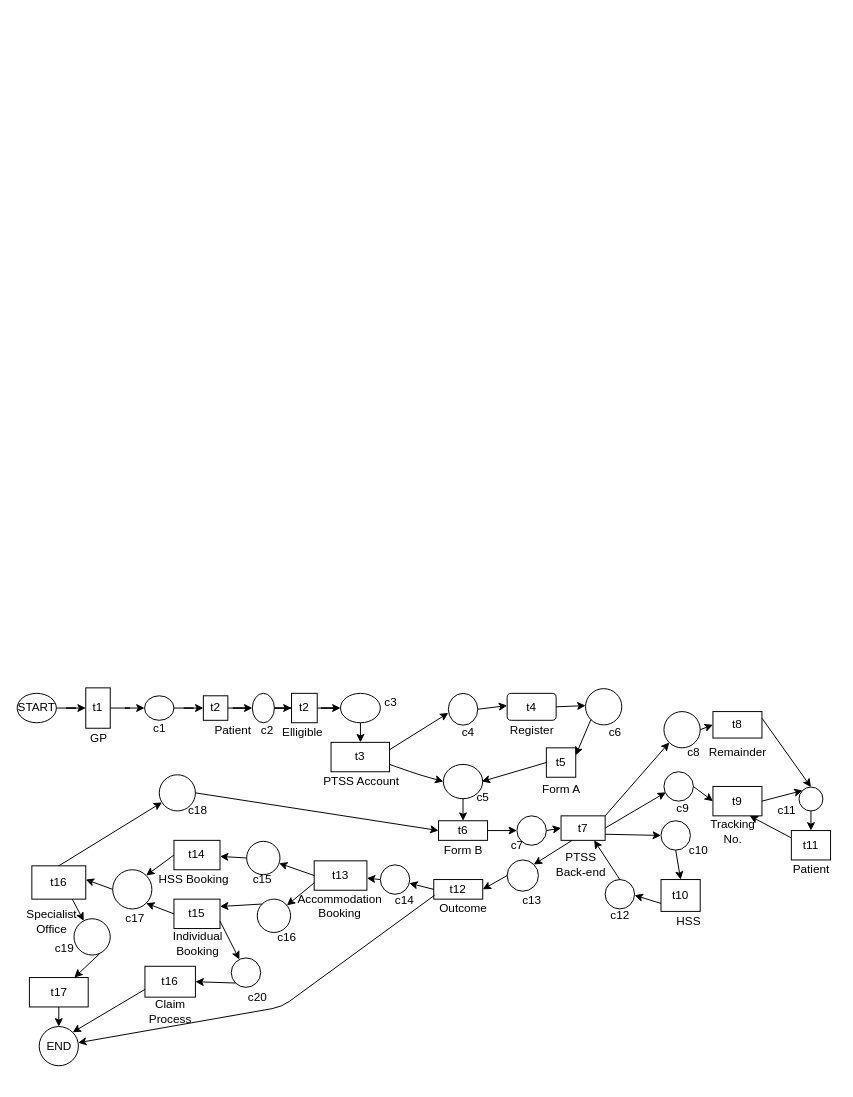
The draw.io diagram page "Page-1" (1 of 2) of Untitled Diagram.drawio in Immeleo/Immeleo.github.io, before the edit. Source tidied: cells renumbered, new cells numbered last; positions are measured from the earlier drawing's top-left corner, leaving out a move shared by most shapes. Both pictures are drawn from the tidied source at 98%, with x=0, y=0 at pixel (17, 687).
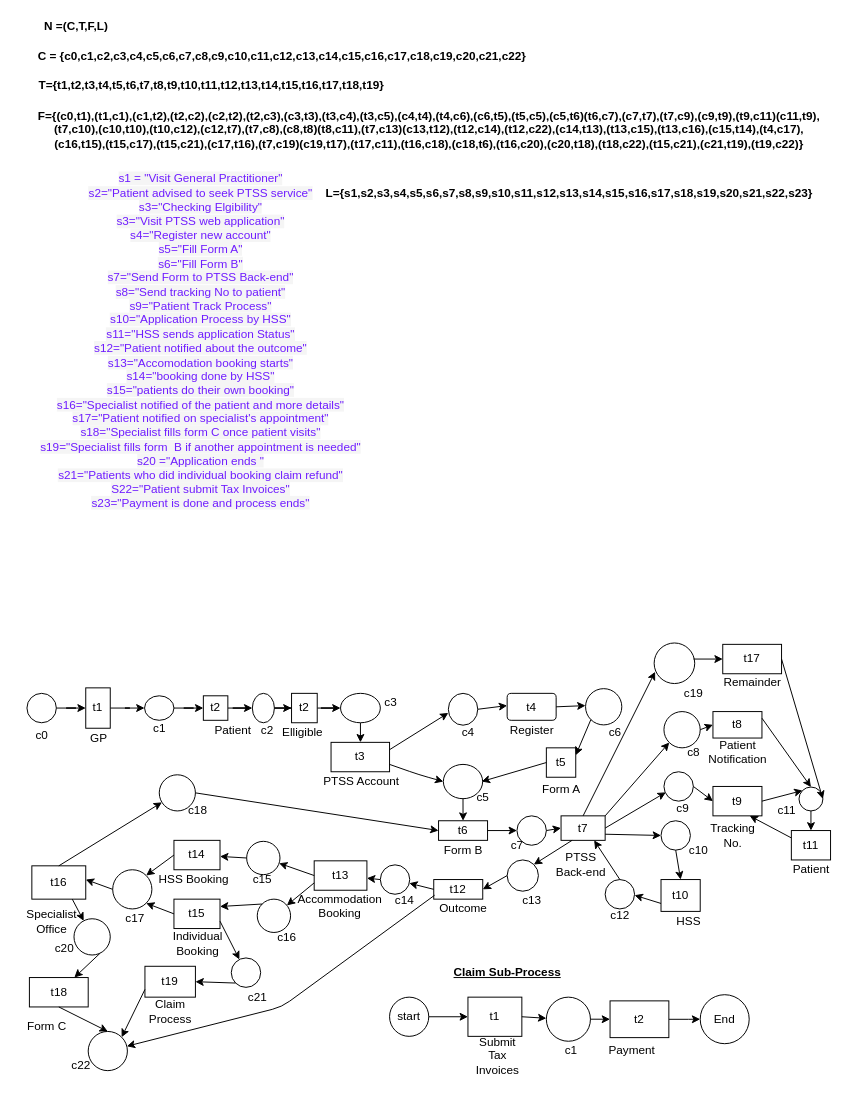
The same diagram, later.

Unchanged cells that the change refers to:
```xml
<mxCell id="39" value="t7" style="rounded=0;whiteSpace=wrap;html=1;" parent="1" vertex="1">
  <mxGeometry x="555" y="131" width="45" height="25" as="geometry" />
</mxCell>
<mxCell id="56" style="ellipse;whiteSpace=wrap;html=1;" parent="1" vertex="1">
  <mxGeometry x="797.8" y="101.6" width="24.4" height="24.4" as="geometry" />
</mxCell>
```

What changed in the source:
```diff
@@
-    <mxCell id="3" value="START" style="ellipse;whiteSpace=wrap;html=1;" parent="1" vertex="1">
-      <mxGeometry y="6" width="40" height="30" as="geometry" />
+    <mxCell id="3" style="ellipse;whiteSpace=wrap;html=1;" parent="1" vertex="1">
+      <mxGeometry x="10" y="6" width="30" height="30" as="geometry" />
     </mxCell>
@@
-    <mxCell id="49" value="Remainder" style="text;html=1;align=center;verticalAlign=middle;" parent="1" vertex="1">
-      <mxGeometry x="700" y="56" width="70" height="20" as="geometry" />
+    <mxCell id="49" value="&lt;div&gt;Patient&lt;/div&gt;&lt;div&gt; Notification&lt;/div&gt;" style="text;html=1;align=center;verticalAlign=middle;" parent="1" vertex="1">
+      <mxGeometry x="700" y="51" width="70" height="30" as="geometry" />
     </mxCell>
@@
     <mxCell id="53" value="&lt;div&gt;Tracking&lt;/div&gt;&lt;div&gt;No.&lt;br&gt;&lt;/div&gt;" style="text;html=1;align=center;verticalAlign=middle;" parent="1" vertex="1">
-      <mxGeometry x="700" y="131.6" width="60" height="30" as="geometry" />
+      <mxGeometry x="700" y="136" width="60" height="30" as="geometry" />
     </mxCell>
@@
-    <mxCell id="91" value="t17" style="rounded=0;whiteSpace=wrap;html=1;" parent="1" vertex="1">
+    <mxCell id="91" value="t18" style="rounded=0;whiteSpace=wrap;html=1;" parent="1" vertex="1">
       <mxGeometry x="12.5" y="296" width="60" height="30" as="geometry" />
     </mxCell>
@@
-    <mxCell id="94" value="END" style="ellipse;whiteSpace=wrap;html=1;" parent="1" vertex="1">
-      <mxGeometry x="22.5" y="346" width="40" height="40" as="geometry" />
+    <mxCell id="94" style="ellipse;whiteSpace=wrap;html=1;" parent="1" vertex="1">
+      <mxGeometry x="72.5" y="351" width="40" height="40" as="geometry" />
     </mxCell>
@@
-    <mxCell id="120" value="c20" style="text;html=1;align=center;verticalAlign=middle;" parent="1" vertex="1">
+    <mxCell id="120" value="c21" style="text;html=1;align=center;verticalAlign=middle;" parent="1" vertex="1">
       <mxGeometry x="230" y="306" width="30" height="20" as="geometry" />
     </mxCell>
-    <mxCell id="121" value="c19" style="text;html=1;align=center;verticalAlign=middle;" parent="1" vertex="1">
+    <mxCell id="121" value="c20" style="text;html=1;align=center;verticalAlign=middle;" parent="1" vertex="1">
       <mxGeometry x="32.5" y="256" width="30" height="20" as="geometry" />
     </mxCell>
@@
-    <mxCell id="124" value="t16" style="rounded=0;whiteSpace=wrap;html=1;" parent="1" vertex="1">
+    <mxCell id="124" value="t19" style="rounded=0;whiteSpace=wrap;html=1;" parent="1" vertex="1">
       <mxGeometry x="130.4" y="284.5" width="51.5" height="31.5" as="geometry" />
     </mxCell>
@@
+    <mxCell id="129" value="start" style="ellipse;whiteSpace=wrap;html=1;" parent="1" vertex="1">
+      <mxGeometry x="380" y="316" width="40" height="40" as="geometry" />
+    </mxCell>
+    <mxCell id="130" value="t1" style="rounded=0;whiteSpace=wrap;html=1;" parent="1" vertex="1">
+      <mxGeometry x="460" y="316" width="55" height="40" as="geometry" />
+    </mxCell>
+    <mxCell id="131" value="&lt;div&gt;Submit &lt;br&gt;&lt;/div&gt;&lt;div&gt;Tax&lt;/div&gt;&lt;div&gt;Invoices&lt;br&gt;&lt;/div&gt;" style="text;html=1;align=center;verticalAlign=middle;" parent="1" vertex="1">
+      <mxGeometry x="460" y="351" width="60" height="50" as="geometry" />
+    </mxCell>
+    <mxCell id="132" style="ellipse;whiteSpace=wrap;html=1;" parent="1" vertex="1">
+      <mxGeometry x="540" y="316" width="45" height="45" as="geometry" />
+    </mxCell>
+    <mxCell id="133" style="endArrow=classic;html=1;exitX=1;exitY=0.5;exitDx=0;exitDy=0;entryX=0;entryY=0.5;entryDx=0;entryDy=0;" parent="1" edge="1" source="129" target="130">
+      <mxGeometry relative="1" as="geometry" />
+    </mxCell>
+    <mxCell id="134" style="endArrow=classic;html=1;exitX=1;exitY=0.5;exitDx=0;exitDy=0;" parent="1" edge="1" source="130" target="132">
+      <mxGeometry relative="1" as="geometry" />
+    </mxCell>
+    <mxCell id="135" value="c1" style="text;html=1;align=center;verticalAlign=middle;" parent="1" vertex="1">
+      <mxGeometry x="550" y="361" width="30" height="20" as="geometry" />
+    </mxCell>
+    <mxCell id="136" style="edgeStyle=orthogonalEdgeStyle;rounded=0;jettySize=auto;html=1;" parent="1" edge="1" source="137" target="139">
+      <mxGeometry relative="1" as="geometry" />
+    </mxCell>
+    <mxCell id="137" value="t2" style="rounded=0;whiteSpace=wrap;html=1;" parent="1" vertex="1">
+      <mxGeometry x="605" y="319.8" width="60" height="37.5" as="geometry" />
+    </mxCell>
+    <mxCell id="138" value="Payment" style="text;html=1;align=center;verticalAlign=middle;" parent="1" vertex="1">
+      <mxGeometry x="597" y="361" width="60" height="20" as="geometry" />
+    </mxCell>
+    <mxCell id="139" value="End" style="ellipse;whiteSpace=wrap;html=1;" parent="1" vertex="1">
+      <mxGeometry x="697" y="313.5" width="50" height="50" as="geometry" />
+    </mxCell>
+    <mxCell id="140" style="endArrow=classic;html=1;exitX=1;exitY=0.5;exitDx=0;exitDy=0;entryX=0;entryY=0.5;entryDx=0;entryDy=0;" parent="1" edge="1" source="132" target="137">
+      <mxGeometry relative="1" as="geometry" />
+    </mxCell>
+    <mxCell id="141" value="&lt;b&gt;&lt;u&gt;Claim Sub-Process&lt;/u&gt;&lt;/b&gt;" style="text;html=1;align=center;verticalAlign=middle;" parent="1" vertex="1">
+      <mxGeometry x="435" y="281" width="130" height="20" as="geometry" />
+    </mxCell>
+    <mxCell id="142" value="&lt;b&gt;N =(C,T,F,L&lt;span class=&quot;ILfuVd&quot;&gt;&lt;span class=&quot;hgKElc&quot;&gt;)&lt;/span&gt;&lt;/span&gt;&lt;/b&gt;" style="text;html=1;align=center;verticalAlign=middle;" parent="1" vertex="1">
+      <mxGeometry x="20" y="-684" width="80" height="20" as="geometry" />
+    </mxCell>
+    <mxCell id="143" value="&lt;b&gt;C = {c0,c1,c2,c3,c4,c5,c6,c7,c8,c9,c10,c11,c12,c13,c14,c15,c16,c17,c18,c19,c20,c21,c22}&lt;/b&gt;" style="text;html=1;align=center;verticalAlign=middle;" parent="1" vertex="1">
+      <mxGeometry x="15" y="-654" width="510" height="20" as="geometry" />
+    </mxCell>
+    <mxCell id="144" value="&lt;b&gt;T={t1,t2,t3,t4,t5,t6,t7,t8,t9,t10,t11,t12,t13,t14,t15,t16,t17,t18,t19}&lt;/b&gt;" style="text;html=1;align=center;verticalAlign=middle;" parent="1" vertex="1">
+      <mxGeometry x="12.5" y="-624" width="370" height="20" as="geometry" />
+    </mxCell>
+    <mxCell id="145" value="&lt;div&gt;&lt;b&gt;F={(c0,t1),(t1,c1),(c1,t2),(t2,c2),(c2,t2),(t2,c3),(c3,t3),(t3,c4),(t3,c5),(c4,t4),(t4,c6),(c6,t5),(t5,c5),(c5,t6)(t6,c7),(c7,t7),(t7,c9),(c9,t9),(t9,c11)(c11,t9),&lt;/b&gt;&lt;/div&gt;&lt;div&gt;&lt;b&gt;(t7,c10),(c10,t10),(t10,c12),(c12,t7),(t7,c8),(c8,t8)(t8,c11),(t7,c13)(c13,t12),(t12,c14),(t12,c22),(c14,t13),(t13,c15),(t13,c16),(c15,t14),(t4,c17),&lt;/b&gt;&lt;/div&gt;&lt;div&gt;&lt;b&gt;(c16,t15),(t15,c17),(t15,c21),(c17,t16),(t7,c19)(c19,t17),(t17,c11),(t16,c18),(c18,t6),(t16,c20),(c20,t18),(t18,c22),(t15,c21),(c21,t19),(t19,c22)}&lt;/b&gt;&lt;/div&gt;" style="text;html=1;align=center;verticalAlign=middle;" parent="1" vertex="1">
+      <mxGeometry x="15" y="-594" width="810" height="50" as="geometry" />
+    </mxCell>
+    <mxCell id="146" value="c0" style="text;html=1;align=center;verticalAlign=middle;" parent="1" vertex="1">
+      <mxGeometry x="10" y="38.5" width="30" height="20" as="geometry" />
+    </mxCell>
+    <mxCell id="147" value="c22" style="text;html=1;align=center;verticalAlign=middle;" parent="1" vertex="1">
+      <mxGeometry x="50" y="376" width="30" height="20" as="geometry" />
+    </mxCell>
+    <mxCell id="148" value="t17" style="rounded=0;whiteSpace=wrap;html=1;" parent="1" vertex="1">
+      <mxGeometry x="720" y="-44" width="60" height="30" as="geometry" />
+    </mxCell>
+    <mxCell id="149" value="Remainder" style="text;html=1;align=center;verticalAlign=middle;" parent="1" vertex="1">
+      <mxGeometry x="715" y="-15.4" width="70" height="20" as="geometry" />
+    </mxCell>
+    <mxCell id="150" style="ellipse;whiteSpace=wrap;html=1;" parent="1" vertex="1">
+      <mxGeometry x="650" y="-45.4" width="41.4" height="41.4" as="geometry" />
+    </mxCell>
+    <mxCell id="151" value="c19" style="text;html=1;align=center;verticalAlign=middle;" parent="1" vertex="1">
+      <mxGeometry x="675" y="-4" width="30" height="20" as="geometry" />
+    </mxCell>
+    <mxCell id="152" value="Form C" style="text;html=1;align=center;verticalAlign=middle;" parent="1" vertex="1">
+      <mxGeometry y="336" width="60" height="20" as="geometry" />
+    </mxCell>
+    <mxCell id="153" style="endArrow=classic;html=1;exitX=0.5;exitY=0;exitDx=0;exitDy=0;entryX=0.024;entryY=0.71;entryDx=0;entryDy=0;entryPerimeter=0;" parent="1" edge="1" source="39" target="150">
+      <mxGeometry relative="1" as="geometry" />
+    </mxCell>
+    <mxCell id="154" style="endArrow=classic;html=1;entryX=0;entryY=0.5;entryDx=0;entryDy=0;" parent="1" edge="1" target="148">
+      <mxGeometry relative="1" as="geometry">
+        <mxPoint x="690" y="-29" as="sourcePoint" />
+      </mxGeometry>
+    </mxCell>
+    <mxCell id="155" style="endArrow=classic;html=1;exitX=1;exitY=0.5;exitDx=0;exitDy=0;entryX=1;entryY=0.5;entryDx=0;entryDy=0;" parent="1" edge="1" source="148" target="56">
+      <mxGeometry relative="1" as="geometry" />
+    </mxCell>
+    <mxCell id="156" value="&lt;div&gt;&lt;font color=&quot;#6F1CFF&quot;&gt;&lt;span style=&quot;background-color: rgb(245 , 245 , 245)&quot;&gt;s1 = &quot;Visit General Practitioner&quot;&lt;/span&gt;&lt;/font&gt;&lt;/div&gt;&lt;div&gt;&lt;font color=&quot;#6F1CFF&quot;&gt;&lt;span style=&quot;background-color: rgb(245 , 245 , 245)&quot;&gt;s2=&quot;Patient advised to seek PTSS service&quot;&lt;/span&gt;&lt;/font&gt;&lt;/div&gt;&lt;div&gt;&lt;font color=&quot;#6F1CFF&quot;&gt;&lt;span style=&quot;background-color: rgb(245 , 245 , 245)&quot;&gt;s3=&quot;Checking Elgibility&quot;&lt;/span&gt;&lt;/font&gt;&lt;/div&gt;&lt;div&gt;&lt;font color=&quot;#6F1CFF&quot;&gt;&lt;span style=&quot;background-color: rgb(245 , 245 , 245)&quot;&gt;s3=&quot;Visit PTSS web application&quot;&lt;/span&gt;&lt;/font&gt;&lt;/div&gt;&lt;div&gt;&lt;font color=&quot;#6F1CFF&quot;&gt;&lt;span style=&quot;background-color: rgb(245 , 245 , 245)&quot;&gt;s4=&quot;Register new account&quot;&lt;/span&gt;&lt;/font&gt;&lt;/div&gt;&lt;div&gt;&lt;font color=&quot;#6F1CFF&quot;&gt;&lt;span style=&quot;background-color: rgb(245 , 245 , 245)&quot;&gt;s5=&quot;Fill Form A&quot;&lt;br&gt;&lt;/span&gt;&lt;/font&gt;&lt;/div&gt;&lt;div&gt;&lt;font color=&quot;#6F1CFF&quot;&gt;&lt;span style=&quot;background-color: rgb(245 , 245 , 245)&quot;&gt;s6=&quot;Fill Form B&quot;&lt;/span&gt;&lt;/font&gt;&lt;/div&gt;&lt;div&gt;&lt;font color=&quot;#6F1CFF&quot;&gt;&lt;span style=&quot;background-color: rgb(245 , 245 , 245)&quot;&gt;s7=&quot;Send Form to PTSS Back-end&quot;&lt;/span&gt;&lt;/font&gt;&lt;/div&gt;&lt;div&gt;&lt;font color=&quot;#6F1CFF&quot;&gt;&lt;span style=&quot;background-color: rgb(245 , 245 , 245)&quot;&gt;s8=&quot;Send tracking No to patient&quot;&lt;/span&gt;&lt;/font&gt;&lt;/div&gt;&lt;div&gt;&lt;font color=&quot;#6F1CFF&quot;&gt;&lt;span style=&quot;background-color: rgb(245 , 245 , 245)&quot;&gt;s9=&quot;Patient Track Process&quot;&lt;/span&gt;&lt;/font&gt;&lt;/div&gt;&lt;div&gt;&lt;font color=&quot;#6F1CFF&quot;&gt;&lt;span style=&quot;background-color: rgb(245 , 245 , 245)&quot;&gt;s10=&quot;Application Process by HSS&quot;&lt;/span&gt;&lt;/font&gt;&lt;/div&gt;&lt;div&gt;&lt;font color=&quot;#6F1CFF&quot;&gt;&lt;span style=&quot;background-color: rgb(245 , 245 , 245)&quot;&gt;s11=&quot;HSS sends application Status&quot;&lt;/span&gt;&lt;/font&gt;&lt;/div&gt;&lt;div&gt;&lt;font color=&quot;#6F1CFF&quot;&gt;&lt;span style=&quot;background-color: rgb(245 , 245 , 245)&quot;&gt;s12=&quot;Patient notified about the outcome&quot;&lt;/span&gt;&lt;/font&gt;&lt;/div&gt;&lt;div&gt;&lt;font color=&quot;#6F1CFF&quot;&gt;&lt;span style=&quot;background-color: rgb(245 , 245 , 245)&quot;&gt;s13=&quot;Accomodation booking starts&quot;&lt;/span&gt;&lt;/font&gt;&lt;/div&gt;&lt;div&gt;&lt;font color=&quot;#6F1CFF&quot;&gt;&lt;span style=&quot;background-color: rgb(245 , 245 , 245)&quot;&gt;s14=&quot;booking done by HSS&quot;&lt;/span&gt;&lt;/font&gt;&lt;/div&gt;&lt;div&gt;&lt;font color=&quot;#6F1CFF&quot;&gt;&lt;span style=&quot;background-color: rgb(245 , 245 , 245)&quot;&gt;s15=&quot;patients do their own booking&quot;&lt;/span&gt;&lt;/font&gt;&lt;/div&gt;&lt;div&gt;&lt;font color=&quot;#6F1CFF&quot;&gt;&lt;span style=&quot;background-color: rgb(245 , 245 , 245)&quot;&gt;s16=&quot;Specialist notified of the patient and more details&quot;&lt;/span&gt;&lt;/font&gt;&lt;/div&gt;&lt;div&gt;&lt;font color=&quot;#6F1CFF&quot;&gt;&lt;span style=&quot;background-color: rgb(245 , 245 , 245)&quot;&gt;s17=&quot;Patient notified on specialist's appointment&quot;&lt;/span&gt;&lt;/font&gt;&lt;/div&gt;&lt;div&gt;&lt;font color=&quot;#6F1CFF&quot;&gt;&lt;span style=&quot;background-color: rgb(245 , 245 , 245)&quot;&gt;s18=&quot;Specialist fills form C once patient visits&quot;&lt;/span&gt;&lt;/font&gt;&lt;/div&gt;&lt;div&gt;&lt;font color=&quot;#6F1CFF&quot;&gt;&lt;span style=&quot;background-color: rgb(245 , 245 , 245)&quot;&gt;s19=&quot;Specialist fills form&amp;nbsp; B if another appointment is needed&quot;&lt;/span&gt;&lt;/font&gt;&lt;/div&gt;&lt;div&gt;&lt;font color=&quot;#6F1CFF&quot;&gt;&lt;span style=&quot;background-color: rgb(245 , 245 , 245)&quot;&gt;s20 =&quot;Application ends &quot;&lt;/span&gt;&lt;/font&gt;&lt;/div&gt;&lt;div&gt;&lt;font color=&quot;#6F1CFF&quot;&gt;&lt;span style=&quot;background-color: rgb(245 , 245 , 245)&quot;&gt;s21=&quot;Patients who did individual booking claim refund&quot;&lt;/span&gt;&lt;/font&gt;&lt;/div&gt;&lt;div&gt;&lt;font color=&quot;#6F1CFF&quot;&gt;&lt;span style=&quot;background-color: rgb(245 , 245 , 245)&quot;&gt;S22=&quot;Patient submit Tax Invoices&quot;&lt;/span&gt;&lt;/font&gt;&lt;/div&gt;&lt;div&gt;&lt;font color=&quot;#6F1CFF&quot;&gt;&lt;span style=&quot;background-color: rgb(245 , 245 , 245)&quot;&gt;s23=&quot;Payment is done and process ends&quot;&lt;br&gt;&lt;/span&gt;&lt;/font&gt;&lt;/div&gt;&lt;div&gt;&lt;font color=&quot;#6F1CFF&quot;&gt;&lt;span style=&quot;background-color: rgb(245 , 245 , 245)&quot;&gt;&lt;br&gt;&lt;/span&gt;&lt;/font&gt;&lt;/div&gt;&lt;div&gt;&lt;font color=&quot;#6F1CFF&quot;&gt;&lt;span style=&quot;background-color: rgb(245 , 245 , 245)&quot;&gt;&lt;br&gt;&lt;/span&gt;&lt;/font&gt;&lt;/div&gt;" style="text;html=1;align=center;verticalAlign=middle;" parent="1" vertex="1">
+      <mxGeometry x="16.9" y="-524" width="340" height="370" as="geometry" />
+    </mxCell>
+    <mxCell id="157" value="&lt;b&gt;L={s1,s2,s3,s4,s5,s6,s7,s8,s9,s10,s11,s12,s13,s14,s15,s16,s17,s18,s19,s20,s21,s22,s23}&lt;/b&gt;" style="text;html=1;align=center;verticalAlign=middle;" parent="1" vertex="1">
+      <mxGeometry x="307.5" y="-514" width="510" height="20" as="geometry" />
+    </mxCell>
```
